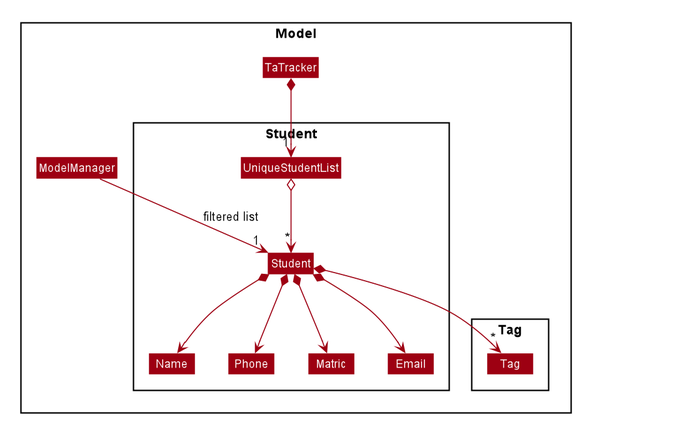
Above: docs/images/StudentClassDiagram.png in nus-cs2103-AY1920S2/addressbook-level3 (PlantUML), before the change.
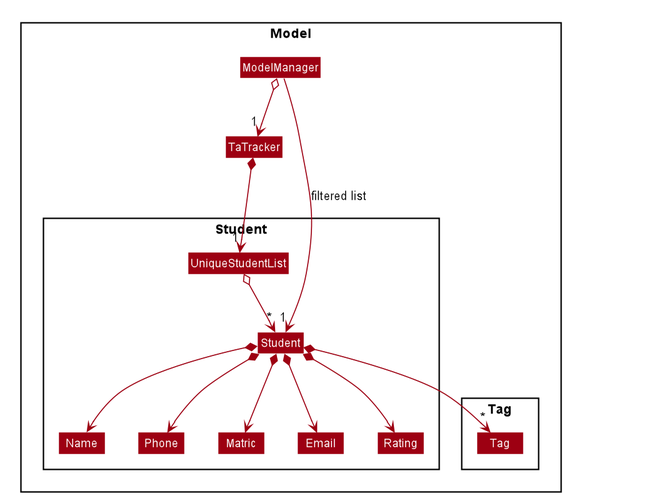
The same file after the commit.

Diff of the diagram source:
```diff
@@ -58,6 +58,7 @@
 Package Student {
 Class Student
 Class Email
+Class Rating
 Class Matric
 Class Name
 Class Phone
@@ -73,7 +74,9 @@
 
 TaTracker *--> "1" UniqueStudentList
 UniqueStudentList o--> "*" Student
+ModelManager o--> "1" TaTracker
 Student *--> Name
+Student *--> Rating
 Student *--> Phone
 Student *--> Email
 Student *--> Matric
```
